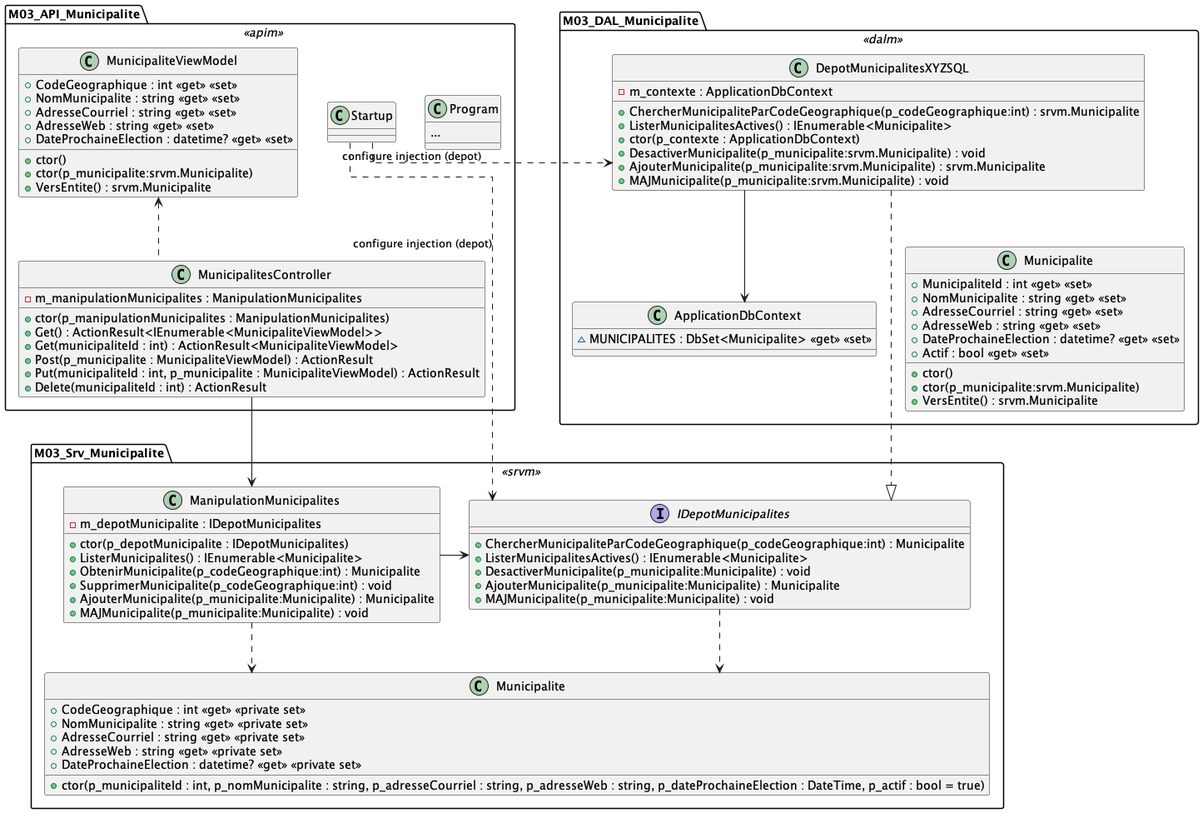
Before: images/Module03_REST02/diag/municipalite_api_diag_classes/municipalite_api_diag_classes.png, a diagram exported from PlantUML (PiFou86/420-W47-SF).
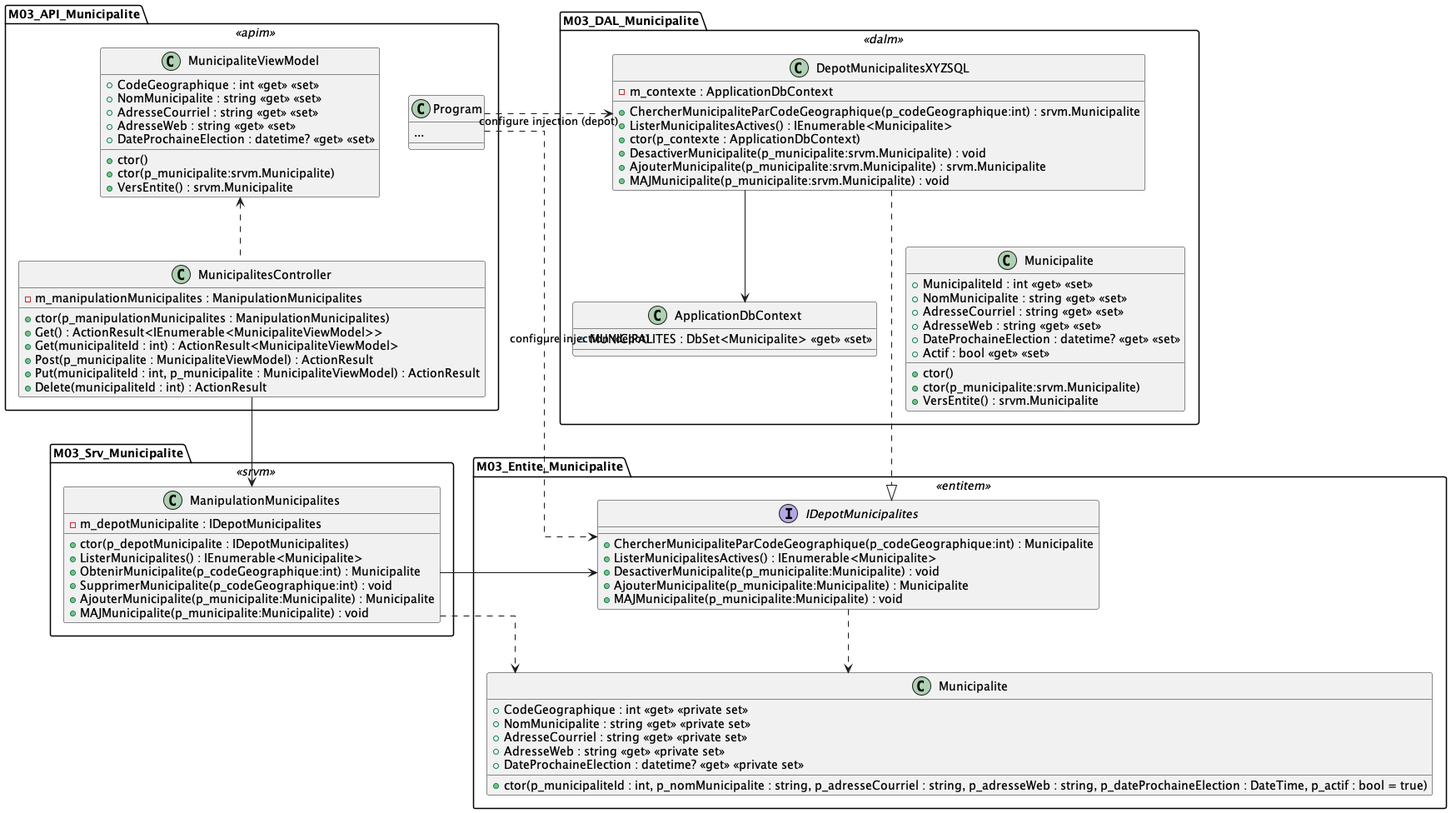
After the change.

What changed in the source:
```diff
@@ -41,6 +41,10 @@
         + MAJMunicipalite(p_municipalite:Municipalite) : void
     }
 
+    M03_API_Municipalite.MunicipalitesController --> ManipulationMunicipalites
+}
+
+namespace M03_Entite_Municipalite << entitem >> {
     interface IDepotMunicipalites {
         + ChercherMunicipaliteParCodeGeographique(p_codeGeographique:int) : Municipalite
         + ListerMunicipalitesActives() : IEnumerable<Municipalite>
@@ -58,11 +62,10 @@
         + ctor(p_municipaliteId : int, p_nomMunicipalite : string, p_adresseCourriel : string, p_adresseWeb : string, p_dateProchaineElection : DateTime, p_actif : bool = true)
     }
 
-    ManipulationMunicipalites -> IDepotMunicipalites
+    M03_Srv_Municipalite.ManipulationMunicipalites -> IDepotMunicipalites
     IDepotMunicipalites ..> Municipalite
-    ManipulationMunicipalites ..> Municipalite
-    M03_API_Municipalite.Startup ..> IDepotMunicipalites : configure injection (depot)
-    M03_API_Municipalite.MunicipalitesController --> ManipulationMunicipalites
+    M03_Srv_Municipalite.ManipulationMunicipalites ..> Municipalite
+    M03_API_Municipalite.Program ..> IDepotMunicipalites : configure injection (depot)
 }
 
 namespace M03_DAL_Municipalite << dalm >> {
@@ -94,8 +97,8 @@
 
     DepotMunicipalitesXYZSQL --> ApplicationDbContext
     DepotMunicipalitesXYZSQL -[hidden]-> Municipalite
-    M03_API_Municipalite.Startup .> DepotMunicipalitesXYZSQL : configure injection (depot)
-    DepotMunicipalitesXYZSQL ..|> M03_Srv_Municipalite.IDepotMunicipalites
+    M03_API_Municipalite.Program .> DepotMunicipalitesXYZSQL : configure injection (depot)
+    DepotMunicipalitesXYZSQL ..|> M03_Entite_Municipalite.IDepotMunicipalites
 }
 
 @enduml
```
